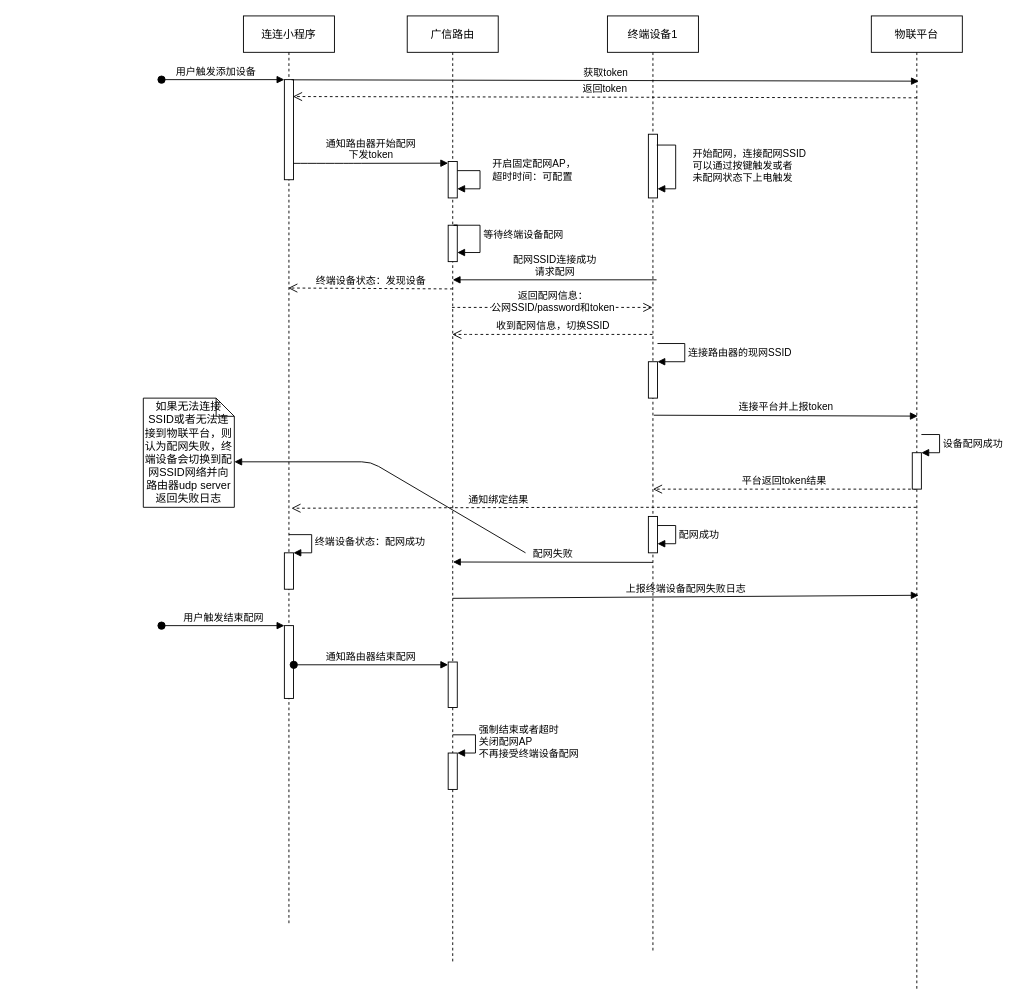
This is Untitled Diagram.drawio from xupenghu/bitmap, a draw.io file, before an edit. Source tidied: cells renumbered, new cells numbered last; positions are measured from the earlier drawing's top-left corner, leaving out a move shared by most shapes. Both pictures are drawn from the tidied source at 91%, with x=0, y=0 at pixel (143, 15).
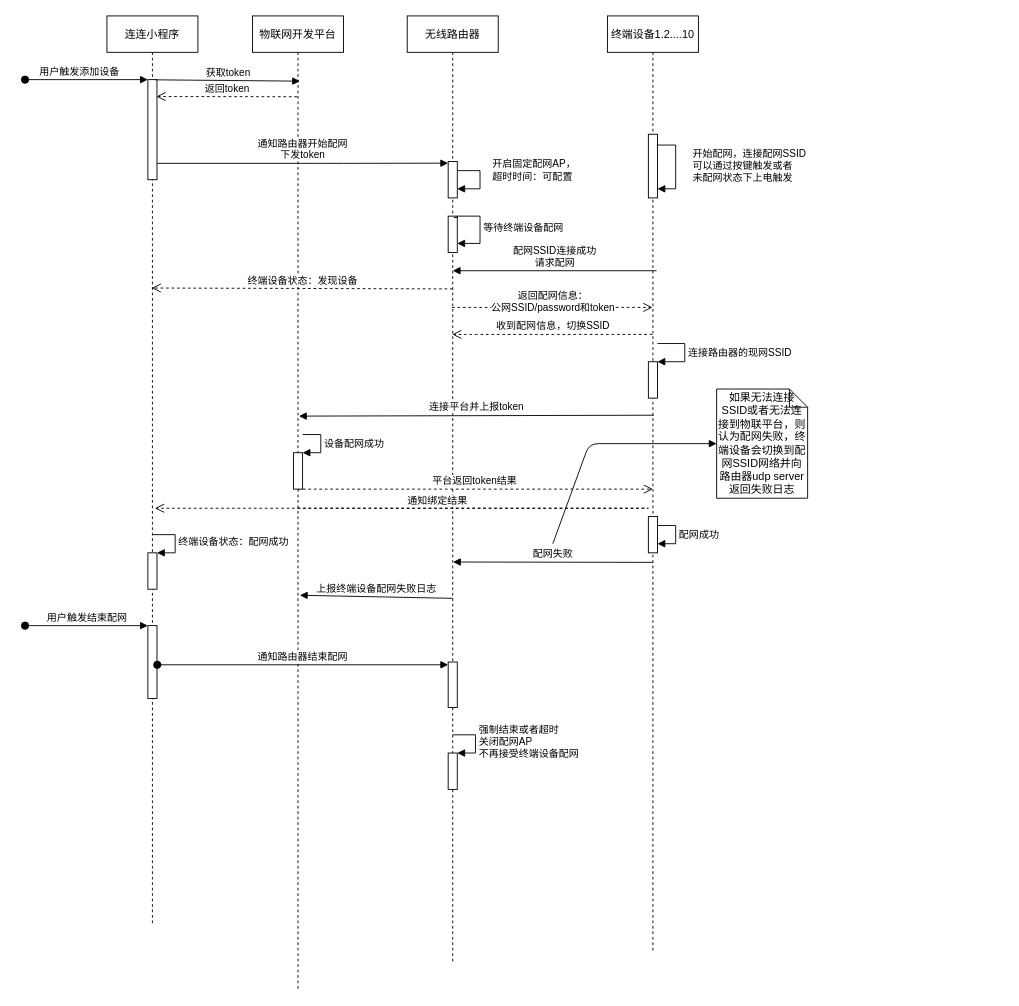
Above is the later version.

The change refers to these unchanged cells:
```xml
<mxCell id="3" style="points=[];perimeter=orthogonalPerimeter;rounded=0;shadow=0;strokeWidth=1;" parent="2" vertex="1">
  <mxGeometry x="45" y="70" width="10" height="110" as="geometry" />
</mxCell>
```

Diff of the diagram source:
```diff
@@
     <mxCell id="2" value="连连小程序" style="shape=umlLifeline;perimeter=lifelinePerimeter;rounded=0;shadow=0;strokeWidth=1;" parent="1" vertex="1">
-      <mxGeometry x="110" width="100" height="1000" as="geometry" />
+      <mxGeometry x="-40" width="100" height="1000" as="geometry" />
     </mxCell>
@@
-    <mxCell id="9" value="广信路由" style="shape=umlLifeline;perimeter=lifelinePerimeter;rounded=0;shadow=0;strokeWidth=1;" parent="1" vertex="1">
+    <mxCell id="9" value="无线路由器" style="shape=umlLifeline;perimeter=lifelinePerimeter;rounded=0;shadow=0;strokeWidth=1;" parent="1" vertex="1">
       <mxGeometry x="290" width="100" height="1040" as="geometry" />
     </mxCell>
@@
     <mxCell id="12" style="html=1;perimeter=orthogonalPerimeter;" parent="9" vertex="1">
-      <mxGeometry x="45" y="230" width="10" height="40" as="geometry" />
+      <mxGeometry x="45" y="220" width="10" height="40" as="geometry" />
     </mxCell>
-    <mxCell id="13" value="等待终端设备配网" style="edgeStyle=orthogonalEdgeStyle;html=1;align=left;spacingLeft=2;endArrow=block;rounded=0;" parent="9" edge="1">
+    <mxCell id="13" value="等待终端设备配网" style="edgeStyle=orthogonalEdgeStyle;html=1;align=left;spacingLeft=2;endArrow=block;rounded=0;exitX=0.511;exitY=0.213;exitDx=0;exitDy=0;exitPerimeter=0;" parent="9" edge="1" source="9">
       <mxGeometry relative="1" as="geometry">
-        <mxPoint x="55" y="230" as="sourcePoint" />
-        <mxPoint x="55" y="260" as="targetPoint" />
+        <mxPoint x="55" y="250" as="targetPoint" />
         <Array as="points">
-          <mxPoint x="51" y="230" />
-          <mxPoint x="80" y="230" />
-          <mxPoint x="80" y="260" />
+          <mxPoint x="55" y="222" />
+          <mxPoint x="55" y="220" />
+          <mxPoint x="80" y="220" />
+          <mxPoint x="80" y="250" />
+          <mxPoint x="55" y="250" />
         </Array>
       </mxGeometry>
     </mxCell>
@@
-    <mxCell id="18" value="终端设备1" style="shape=umlLifeline;perimeter=lifelinePerimeter;rounded=0;shadow=0;strokeWidth=1;" parent="1" vertex="1">
+    <mxCell id="18" value="终端设备1.2....10" style="shape=umlLifeline;perimeter=lifelinePerimeter;rounded=0;shadow=0;strokeWidth=1;size=40;" parent="1" vertex="1">
       <mxGeometry x="510" width="100" height="1030" as="geometry" />
     </mxCell>
@@
-    <mxCell id="26" value="物联平台" style="shape=umlLifeline;perimeter=lifelinePerimeter;rounded=0;shadow=0;strokeWidth=1;" parent="1" vertex="1">
-      <mxGeometry x="800" width="100" height="1070" as="geometry" />
+    <mxCell id="26" value="物联网开发平台" style="shape=umlLifeline;perimeter=lifelinePerimeter;rounded=0;shadow=0;strokeWidth=1;" parent="1" vertex="1">
+      <mxGeometry x="120" width="100" height="1070" as="geometry" />
     </mxCell>
@@
     <mxCell id="30" value="配网SSID连接成功&lt;br&gt;请求配网" style="html=1;verticalAlign=bottom;endArrow=block;entryX=0.477;entryY=0.228;entryDx=0;entryDy=0;entryPerimeter=0;" parent="1" edge="1">
       <mxGeometry relative="1" as="geometry">
-        <mxPoint x="564" y="290" as="sourcePoint" />
-        <mxPoint x="340" y="290" as="targetPoint" />
+        <mxPoint x="564" y="280" as="sourcePoint" />
+        <mxPoint x="340" y="280" as="targetPoint" />
       </mxGeometry>
     </mxCell>
@@
     <mxCell id="33" value="通知绑定结果" style="html=1;verticalAlign=bottom;endArrow=open;dashed=1;endSize=8;entryX=0.527;entryY=0.541;entryDx=0;entryDy=0;entryPerimeter=0;" parent="1" edge="1" source="26" target="2">
       <mxGeometry x="0.34" y="1" relative="1" as="geometry">
         <Array as="points">
-          <mxPoint x="480" y="540" />
+          <mxPoint x="560" y="541" />
         </Array>
       </mxGeometry>
     </mxCell>
@@
-    <mxCell id="36" value="返回token" style="html=1;verticalAlign=bottom;endArrow=open;dashed=1;endSize=8;entryX=0.939;entryY=0.169;entryDx=0;entryDy=0;entryPerimeter=0;" parent="1" edge="1" target="3">
-      <mxGeometry relative="1" as="geometry">
-        <mxPoint x="850" y="90" as="sourcePoint" />
-      </mxGeometry>
+    <mxCell id="36" value="返回token" style="html=1;verticalAlign=bottom;endArrow=open;dashed=1;endSize=8;entryX=0.939;entryY=0.169;entryDx=0;entryDy=0;entryPerimeter=0;exitX=0.489;exitY=0.083;exitDx=0;exitDy=0;exitPerimeter=0;" parent="1" edge="1" source="26" target="3">
+      <mxGeometry relative="1" as="geometry" />
     </mxCell>
@@
     <mxCell id="39" value="如果无法连接SSID或者无法连接到物联平台，则认为配网失败，终端设备会切换到配网SSID网络并向路由器udp server返回失败日志" style="shape=note;size=20;whiteSpace=wrap;html=1;" parent="1" vertex="1">
-      <mxGeometry y="420" width="100" height="120" as="geometry" />
+      <mxGeometry x="630" y="410" width="100" height="120" as="geometry" />
     </mxCell>
-    <mxCell id="40" style="html=1;verticalAlign=bottom;endArrow=block;entryX=0;entryY=0;entryDx=100;entryDy=70;entryPerimeter=0;" parent="1" edge="1" target="39">
+    <mxCell id="40" style="html=1;verticalAlign=bottom;endArrow=block;entryX=0;entryY=0.5;entryDx=0;entryDy=0;entryPerimeter=0;" parent="1" edge="1" target="39">
       <mxGeometry relative="1" as="geometry">
-        <mxPoint x="420" y="590" as="sourcePoint" />
+        <mxPoint x="450" y="580" as="sourcePoint" />
         <Array as="points">
-          <mxPoint x="250" y="490" />
+          <mxPoint x="490" y="470" />
         </Array>
       </mxGeometry>
     </mxCell>
```
